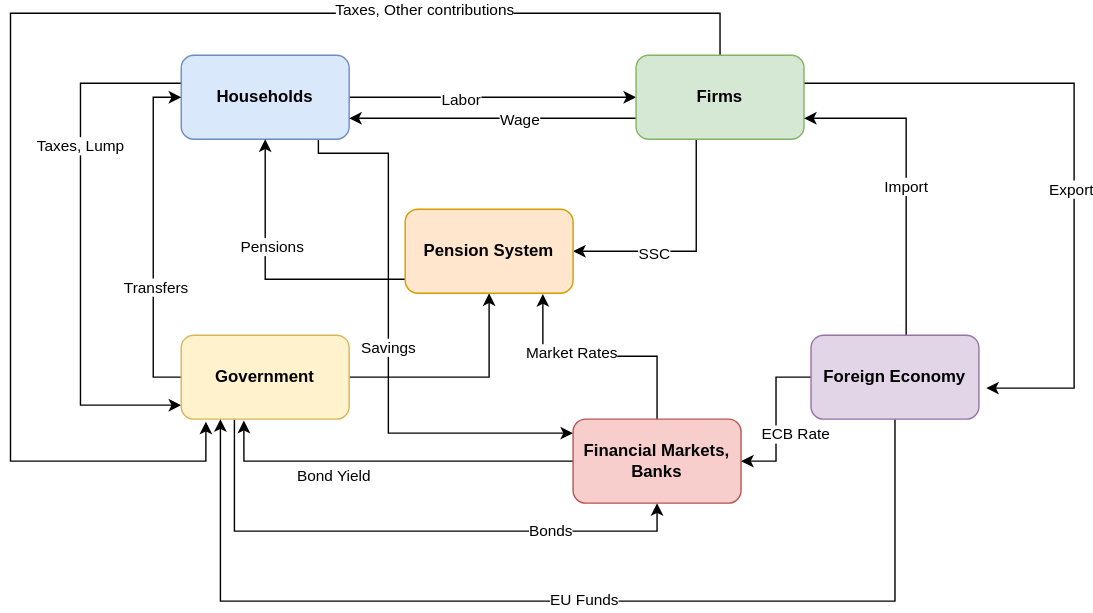
zuzancek/schemes keeps this draw.io diagram as ogre/zakladna_schema.drawio.svg. Above is the earlier version. Source tidied: cells renumbered, new cells last; positions are measured from the earlier drawing's top-left corner, leaving out a move shared by most shapes. The source it was exported from:
```xml
<mxGraphModel>
  <root>
    <mxCell id="0" />
    <mxCell id="1" parent="0" />
    <mxCell id="2" style="edgeStyle=orthogonalEdgeStyle;rounded=0;jettySize=auto;html=1;entryX=0;entryY=0.5;entryDx=0;entryDy=0;" parent="1" edge="1" source="8" target="17">
      <mxGeometry relative="1" as="geometry" />
    </mxCell>
    <mxCell id="3" value="Labor" style="edgeLabel;html=1;align=center;verticalAlign=middle;" parent="2" vertex="1">
      <mxGeometry x="-0.23" y="-1" relative="1" as="geometry" />
    </mxCell>
    <mxCell id="4" style="edgeStyle=orthogonalEdgeStyle;rounded=0;jettySize=auto;html=1;" parent="1" edge="1" source="8" target="23">
      <mxGeometry relative="1" as="geometry">
        <Array as="points">
          <mxPoint x="50" y="50" />
          <mxPoint x="50" y="280" />
        </Array>
      </mxGeometry>
    </mxCell>
    <mxCell id="5" value="Taxes, Lump" style="edgeLabel;html=1;align=center;verticalAlign=middle;" parent="4" vertex="1">
      <mxGeometry x="-0.38" y="-1" relative="1" as="geometry" />
    </mxCell>
    <mxCell id="6" style="edgeStyle=orthogonalEdgeStyle;rounded=0;jettySize=auto;html=1;" parent="1" edge="1" source="8" target="28">
      <mxGeometry relative="1" as="geometry">
        <Array as="points">
          <mxPoint x="220" y="100" />
          <mxPoint x="270" y="100" />
          <mxPoint x="270" y="300" />
        </Array>
      </mxGeometry>
    </mxCell>
    <mxCell id="7" value="Savings" style="edgeLabel;html=1;align=center;verticalAlign=middle;" parent="6" vertex="1">
      <mxGeometry x="0.01" y="-1" relative="1" as="geometry" />
    </mxCell>
    <mxCell id="8" value="Households" style="rounded=1;whiteSpace=wrap;html=1;fillColor=#dae8fc;strokeColor=#6c8ebf;fontStyle=1;" parent="1" vertex="1">
      <mxGeometry x="122" y="30" width="120" height="60" as="geometry" />
    </mxCell>
    <mxCell id="9" style="edgeStyle=orthogonalEdgeStyle;rounded=0;jettySize=auto;html=1;exitX=0;exitY=0.75;exitDx=0;exitDy=0;entryX=1;entryY=0.75;entryDx=0;entryDy=0;" parent="1" edge="1" source="17" target="8">
      <mxGeometry relative="1" as="geometry" />
    </mxCell>
    <mxCell id="10" value="Wage" style="edgeLabel;html=1;align=center;verticalAlign=middle;" parent="9" vertex="1">
      <mxGeometry x="-0.18" relative="1" as="geometry" />
    </mxCell>
    <mxCell id="11" style="edgeStyle=orthogonalEdgeStyle;rounded=0;jettySize=auto;html=1;entryX=1.043;entryY=0.63;entryDx=0;entryDy=0;entryPerimeter=0;" parent="1" edge="1" source="17" target="38">
      <mxGeometry relative="1" as="geometry">
        <Array as="points">
          <mxPoint x="760" y="50" />
          <mxPoint x="760" y="268" />
        </Array>
      </mxGeometry>
    </mxCell>
    <mxCell id="12" value="Export" style="edgeLabel;html=1;align=center;verticalAlign=middle;" parent="11" vertex="1">
      <mxGeometry x="0.13" y="-3" relative="1" as="geometry" />
    </mxCell>
    <mxCell id="13" style="edgeStyle=orthogonalEdgeStyle;rounded=0;jettySize=auto;html=1;entryX=1;entryY=0.5;entryDx=0;entryDy=0;" parent="1" edge="1" source="17" target="31">
      <mxGeometry relative="1" as="geometry">
        <Array as="points">
          <mxPoint x="490" y="170" />
        </Array>
      </mxGeometry>
    </mxCell>
    <mxCell id="14" value="SSC" style="edgeLabel;html=1;align=center;verticalAlign=middle;" parent="13" vertex="1">
      <mxGeometry x="0.32" y="1" relative="1" as="geometry" />
    </mxCell>
    <mxCell id="15" style="edgeStyle=orthogonalEdgeStyle;rounded=0;jettySize=auto;html=1;entryX=0.147;entryY=1.03;entryDx=0;entryDy=0;entryPerimeter=0;" parent="1" edge="1" source="17" target="23">
      <mxGeometry relative="1" as="geometry">
        <Array as="points">
          <mxPoint x="507" />
          <mxPoint />
          <mxPoint y="320" />
          <mxPoint x="140" y="320" />
        </Array>
      </mxGeometry>
    </mxCell>
    <mxCell id="16" value="Taxes, Other contributions" style="edgeLabel;html=1;align=center;verticalAlign=middle;" parent="15" vertex="1">
      <mxGeometry x="-0.53" y="-3" relative="1" as="geometry" />
    </mxCell>
    <mxCell id="17" value="Firms" style="rounded=1;whiteSpace=wrap;html=1;fillColor=#d5e8d4;strokeColor=#82b366;fontStyle=1;" parent="1" vertex="1">
      <mxGeometry x="447" y="30" width="120" height="60" as="geometry" />
    </mxCell>
    <mxCell id="18" style="edgeStyle=orthogonalEdgeStyle;rounded=0;jettySize=auto;html=1;" parent="1" edge="1" source="23" target="31">
      <mxGeometry relative="1" as="geometry" />
    </mxCell>
    <mxCell id="19" style="edgeStyle=orthogonalEdgeStyle;rounded=0;jettySize=auto;html=1;entryX=0;entryY=0.5;entryDx=0;entryDy=0;" parent="1" edge="1" source="23" target="8">
      <mxGeometry relative="1" as="geometry">
        <Array as="points">
          <mxPoint x="102" y="260" />
          <mxPoint x="102" y="60" />
        </Array>
      </mxGeometry>
    </mxCell>
    <mxCell id="20" value="Transfers" style="edgeLabel;html=1;align=center;verticalAlign=middle;" parent="19" vertex="1">
      <mxGeometry x="-0.29" y="-1" relative="1" as="geometry" />
    </mxCell>
    <mxCell id="21" style="edgeStyle=orthogonalEdgeStyle;rounded=0;jettySize=auto;html=1;entryX=0.5;entryY=1;entryDx=0;entryDy=0;" parent="1" edge="1" source="23" target="28">
      <mxGeometry relative="1" as="geometry">
        <Array as="points">
          <mxPoint x="160" y="370" />
          <mxPoint x="462" y="370" />
        </Array>
      </mxGeometry>
    </mxCell>
    <mxCell id="22" value="Bonds" style="edgeLabel;html=1;align=center;verticalAlign=middle;" parent="21" vertex="1">
      <mxGeometry x="0.52" y="1" relative="1" as="geometry" />
    </mxCell>
    <mxCell id="23" value="Government" style="rounded=1;whiteSpace=wrap;html=1;fillColor=#fff2cc;strokeColor=#d6b656;fontStyle=1;" parent="1" vertex="1">
      <mxGeometry x="122" y="230" width="120" height="60" as="geometry" />
    </mxCell>
    <mxCell id="24" style="edgeStyle=orthogonalEdgeStyle;rounded=0;jettySize=auto;html=1;entryX=0.373;entryY=1.017;entryDx=0;entryDy=0;entryPerimeter=0;" parent="1" edge="1" source="28" target="23">
      <mxGeometry relative="1" as="geometry" />
    </mxCell>
    <mxCell id="25" value="Bond Yield" style="edgeLabel;html=1;align=center;verticalAlign=middle;" parent="24" vertex="1">
      <mxGeometry x="0.42" y="1" relative="1" as="geometry">
        <mxPoint x="15" y="9" as="offset" />
      </mxGeometry>
    </mxCell>
    <mxCell id="26" style="edgeStyle=orthogonalEdgeStyle;rounded=0;jettySize=auto;html=1;entryX=0.82;entryY=1.01;entryDx=0;entryDy=0;entryPerimeter=0;" parent="1" edge="1" source="28" target="31">
      <mxGeometry relative="1" as="geometry" />
    </mxCell>
    <mxCell id="27" value="Market Rates" style="edgeLabel;html=1;align=center;verticalAlign=middle;" parent="26" vertex="1">
      <mxGeometry x="0.25" y="-3" relative="1" as="geometry" />
    </mxCell>
    <mxCell id="28" value="Financial Markets, Banks" style="rounded=1;whiteSpace=wrap;html=1;fillColor=#f8cecc;strokeColor=#b85450;fontStyle=1;" parent="1" vertex="1">
      <mxGeometry x="402" y="290" width="120" height="60" as="geometry" />
    </mxCell>
    <mxCell id="29" style="edgeStyle=orthogonalEdgeStyle;rounded=0;jettySize=auto;html=1;" parent="1" edge="1" source="31">
      <mxGeometry relative="1" as="geometry">
        <mxPoint x="182" y="90" as="targetPoint" />
        <Array as="points">
          <mxPoint x="182" y="190" />
        </Array>
      </mxGeometry>
    </mxCell>
    <mxCell id="30" value="Pensions" style="edgeLabel;html=1;align=center;verticalAlign=middle;" parent="29" vertex="1">
      <mxGeometry x="0.24" y="-4" relative="1" as="geometry" />
    </mxCell>
    <mxCell id="31" value="Pension System" style="rounded=1;whiteSpace=wrap;html=1;fillColor=#ffe6cc;strokeColor=#d79b00;fontStyle=1;" parent="1" vertex="1">
      <mxGeometry x="282" y="140" width="120" height="60" as="geometry" />
    </mxCell>
    <mxCell id="32" style="edgeStyle=orthogonalEdgeStyle;rounded=0;jettySize=auto;html=1;" parent="1" edge="1" source="38" target="28">
      <mxGeometry relative="1" as="geometry" />
    </mxCell>
    <mxCell id="33" value="ECB Rate" style="edgeLabel;html=1;align=center;verticalAlign=middle;" parent="32" vertex="1">
      <mxGeometry x="0.27" y="1" relative="1" as="geometry">
        <mxPoint x="12" y="-5" as="offset" />
      </mxGeometry>
    </mxCell>
    <mxCell id="34" style="edgeStyle=orthogonalEdgeStyle;rounded=0;jettySize=auto;html=1;entryX=1;entryY=0.75;entryDx=0;entryDy=0;" parent="1" edge="1" source="38" target="17">
      <mxGeometry relative="1" as="geometry">
        <Array as="points">
          <mxPoint x="640" y="75" />
        </Array>
      </mxGeometry>
    </mxCell>
    <mxCell id="35" value="Import" style="edgeLabel;html=1;align=center;verticalAlign=middle;" parent="34" vertex="1">
      <mxGeometry x="-0.06" y="1" relative="1" as="geometry" />
    </mxCell>
    <mxCell id="36" style="edgeStyle=orthogonalEdgeStyle;rounded=0;jettySize=auto;html=1;" parent="1" edge="1" source="38" target="23">
      <mxGeometry relative="1" as="geometry">
        <Array as="points">
          <mxPoint x="632" y="420" />
          <mxPoint x="150" y="420" />
        </Array>
      </mxGeometry>
    </mxCell>
    <mxCell id="37" value="EU Funds" style="edgeLabel;html=1;align=center;verticalAlign=middle;" parent="36" vertex="1">
      <mxGeometry x="-0.05" y="-2" relative="1" as="geometry" />
    </mxCell>
    <mxCell id="38" value="Foreign Economy" style="rounded=1;whiteSpace=wrap;html=1;fillColor=#e1d5e7;strokeColor=#9673a6;fontStyle=1;" parent="1" vertex="1">
      <mxGeometry x="572" y="230" width="120" height="60" as="geometry" />
    </mxCell>
  </root>
</mxGraphModel>
```
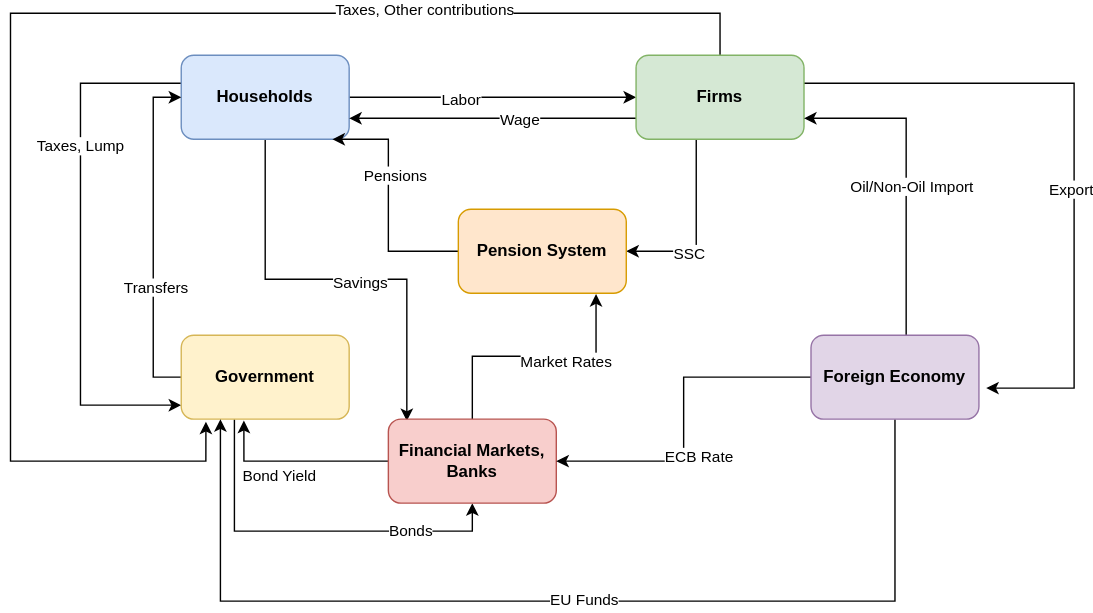
The same diagram one commit later.

Change to the diagram source:
```diff
@@ -19,17 +19,11 @@
     <mxCell id="5" value="Taxes, Lump" style="edgeLabel;html=1;align=center;verticalAlign=middle;" parent="4" vertex="1">
       <mxGeometry x="-0.38" y="-1" relative="1" as="geometry" />
     </mxCell>
-    <mxCell id="6" style="edgeStyle=orthogonalEdgeStyle;rounded=0;jettySize=auto;html=1;" parent="1" edge="1" source="8" target="28">
-      <mxGeometry relative="1" as="geometry">
-        <Array as="points">
-          <mxPoint x="220" y="100" />
-          <mxPoint x="270" y="100" />
-          <mxPoint x="270" y="300" />
-        </Array>
-      </mxGeometry>
+    <mxCell id="6" style="edgeStyle=orthogonalEdgeStyle;rounded=0;jettySize=auto;html=1;entryX=0.11;entryY=0.023;entryDx=0;entryDy=0;entryPerimeter=0;exitX=0.5;exitY=1;exitDx=0;exitDy=0;" parent="1" edge="1" source="8" target="28">
+      <mxGeometry relative="1" as="geometry" />
     </mxCell>
     <mxCell id="7" value="Savings" style="edgeLabel;html=1;align=center;verticalAlign=middle;" parent="6" vertex="1">
-      <mxGeometry x="0.01" y="-1" relative="1" as="geometry" />
+      <mxGeometry x="0.1" y="-2" relative="1" as="geometry" />
     </mxCell>
     <mxCell id="8" value="Households" style="rounded=1;whiteSpace=wrap;html=1;fillColor=#dae8fc;strokeColor=#6c8ebf;fontStyle=1;" parent="1" vertex="1">
       <mxGeometry x="122" y="30" width="120" height="60" as="geometry" />
@@ -77,9 +71,6 @@
     <mxCell id="17" value="Firms" style="rounded=1;whiteSpace=wrap;html=1;fillColor=#d5e8d4;strokeColor=#82b366;fontStyle=1;" parent="1" vertex="1">
       <mxGeometry x="447" y="30" width="120" height="60" as="geometry" />
     </mxCell>
-    <mxCell id="18" style="edgeStyle=orthogonalEdgeStyle;rounded=0;jettySize=auto;html=1;" parent="1" edge="1" source="23" target="31">
-      <mxGeometry relative="1" as="geometry" />
-    </mxCell>
     <mxCell id="19" style="edgeStyle=orthogonalEdgeStyle;rounded=0;jettySize=auto;html=1;entryX=0;entryY=0.5;entryDx=0;entryDy=0;" parent="1" edge="1" source="23" target="8">
       <mxGeometry relative="1" as="geometry">
         <Array as="points">
@@ -95,7 +86,7 @@
       <mxGeometry relative="1" as="geometry">
         <Array as="points">
           <mxPoint x="160" y="370" />
-          <mxPoint x="462" y="370" />
+          <mxPoint x="330" y="370" />
         </Array>
       </mxGeometry>
     </mxCell>
@@ -120,13 +111,14 @@
       <mxGeometry x="0.25" y="-3" relative="1" as="geometry" />
     </mxCell>
     <mxCell id="28" value="Financial Markets, Banks" style="rounded=1;whiteSpace=wrap;html=1;fillColor=#f8cecc;strokeColor=#b85450;fontStyle=1;" parent="1" vertex="1">
-      <mxGeometry x="402" y="290" width="120" height="60" as="geometry" />
+      <mxGeometry x="270" y="290" width="120" height="60" as="geometry" />
     </mxCell>
     <mxCell id="29" style="edgeStyle=orthogonalEdgeStyle;rounded=0;jettySize=auto;html=1;" parent="1" edge="1" source="31">
       <mxGeometry relative="1" as="geometry">
-        <mxPoint x="182" y="90" as="targetPoint" />
+        <mxPoint x="230" y="90" as="targetPoint" />
         <Array as="points">
-          <mxPoint x="182" y="190" />
+          <mxPoint x="270" y="170" />
+          <mxPoint x="270" y="90" />
         </Array>
       </mxGeometry>
     </mxCell>
@@ -134,7 +126,7 @@
       <mxGeometry x="0.24" y="-4" relative="1" as="geometry" />
     </mxCell>
     <mxCell id="31" value="Pension System" style="rounded=1;whiteSpace=wrap;html=1;fillColor=#ffe6cc;strokeColor=#d79b00;fontStyle=1;" parent="1" vertex="1">
-      <mxGeometry x="282" y="140" width="120" height="60" as="geometry" />
+      <mxGeometry x="320" y="140" width="120" height="60" as="geometry" />
     </mxCell>
     <mxCell id="32" style="edgeStyle=orthogonalEdgeStyle;rounded=0;jettySize=auto;html=1;" parent="1" edge="1" source="38" target="28">
       <mxGeometry relative="1" as="geometry" />
@@ -151,9 +143,9 @@
         </Array>
       </mxGeometry>
     </mxCell>
-    <mxCell id="35" value="Import" style="edgeLabel;html=1;align=center;verticalAlign=middle;" parent="34" vertex="1">
-      <mxGeometry x="-0.06" y="1" relative="1" as="geometry" />
-    </mxCell>
+    <mxCell id="39" value="Oil/Non-Oil Import" style="edgeLabel;html=1;align=center;verticalAlign=middle;" parent="34" vertex="1">
+      <mxGeometry x="-0.06" y="-3" relative="1" as="geometry" />
+    </mxCell>
     <mxCell id="36" style="edgeStyle=orthogonalEdgeStyle;rounded=0;jettySize=auto;html=1;" parent="1" edge="1" source="38" target="23">
       <mxGeometry relative="1" as="geometry">
         <Array as="points">
```
